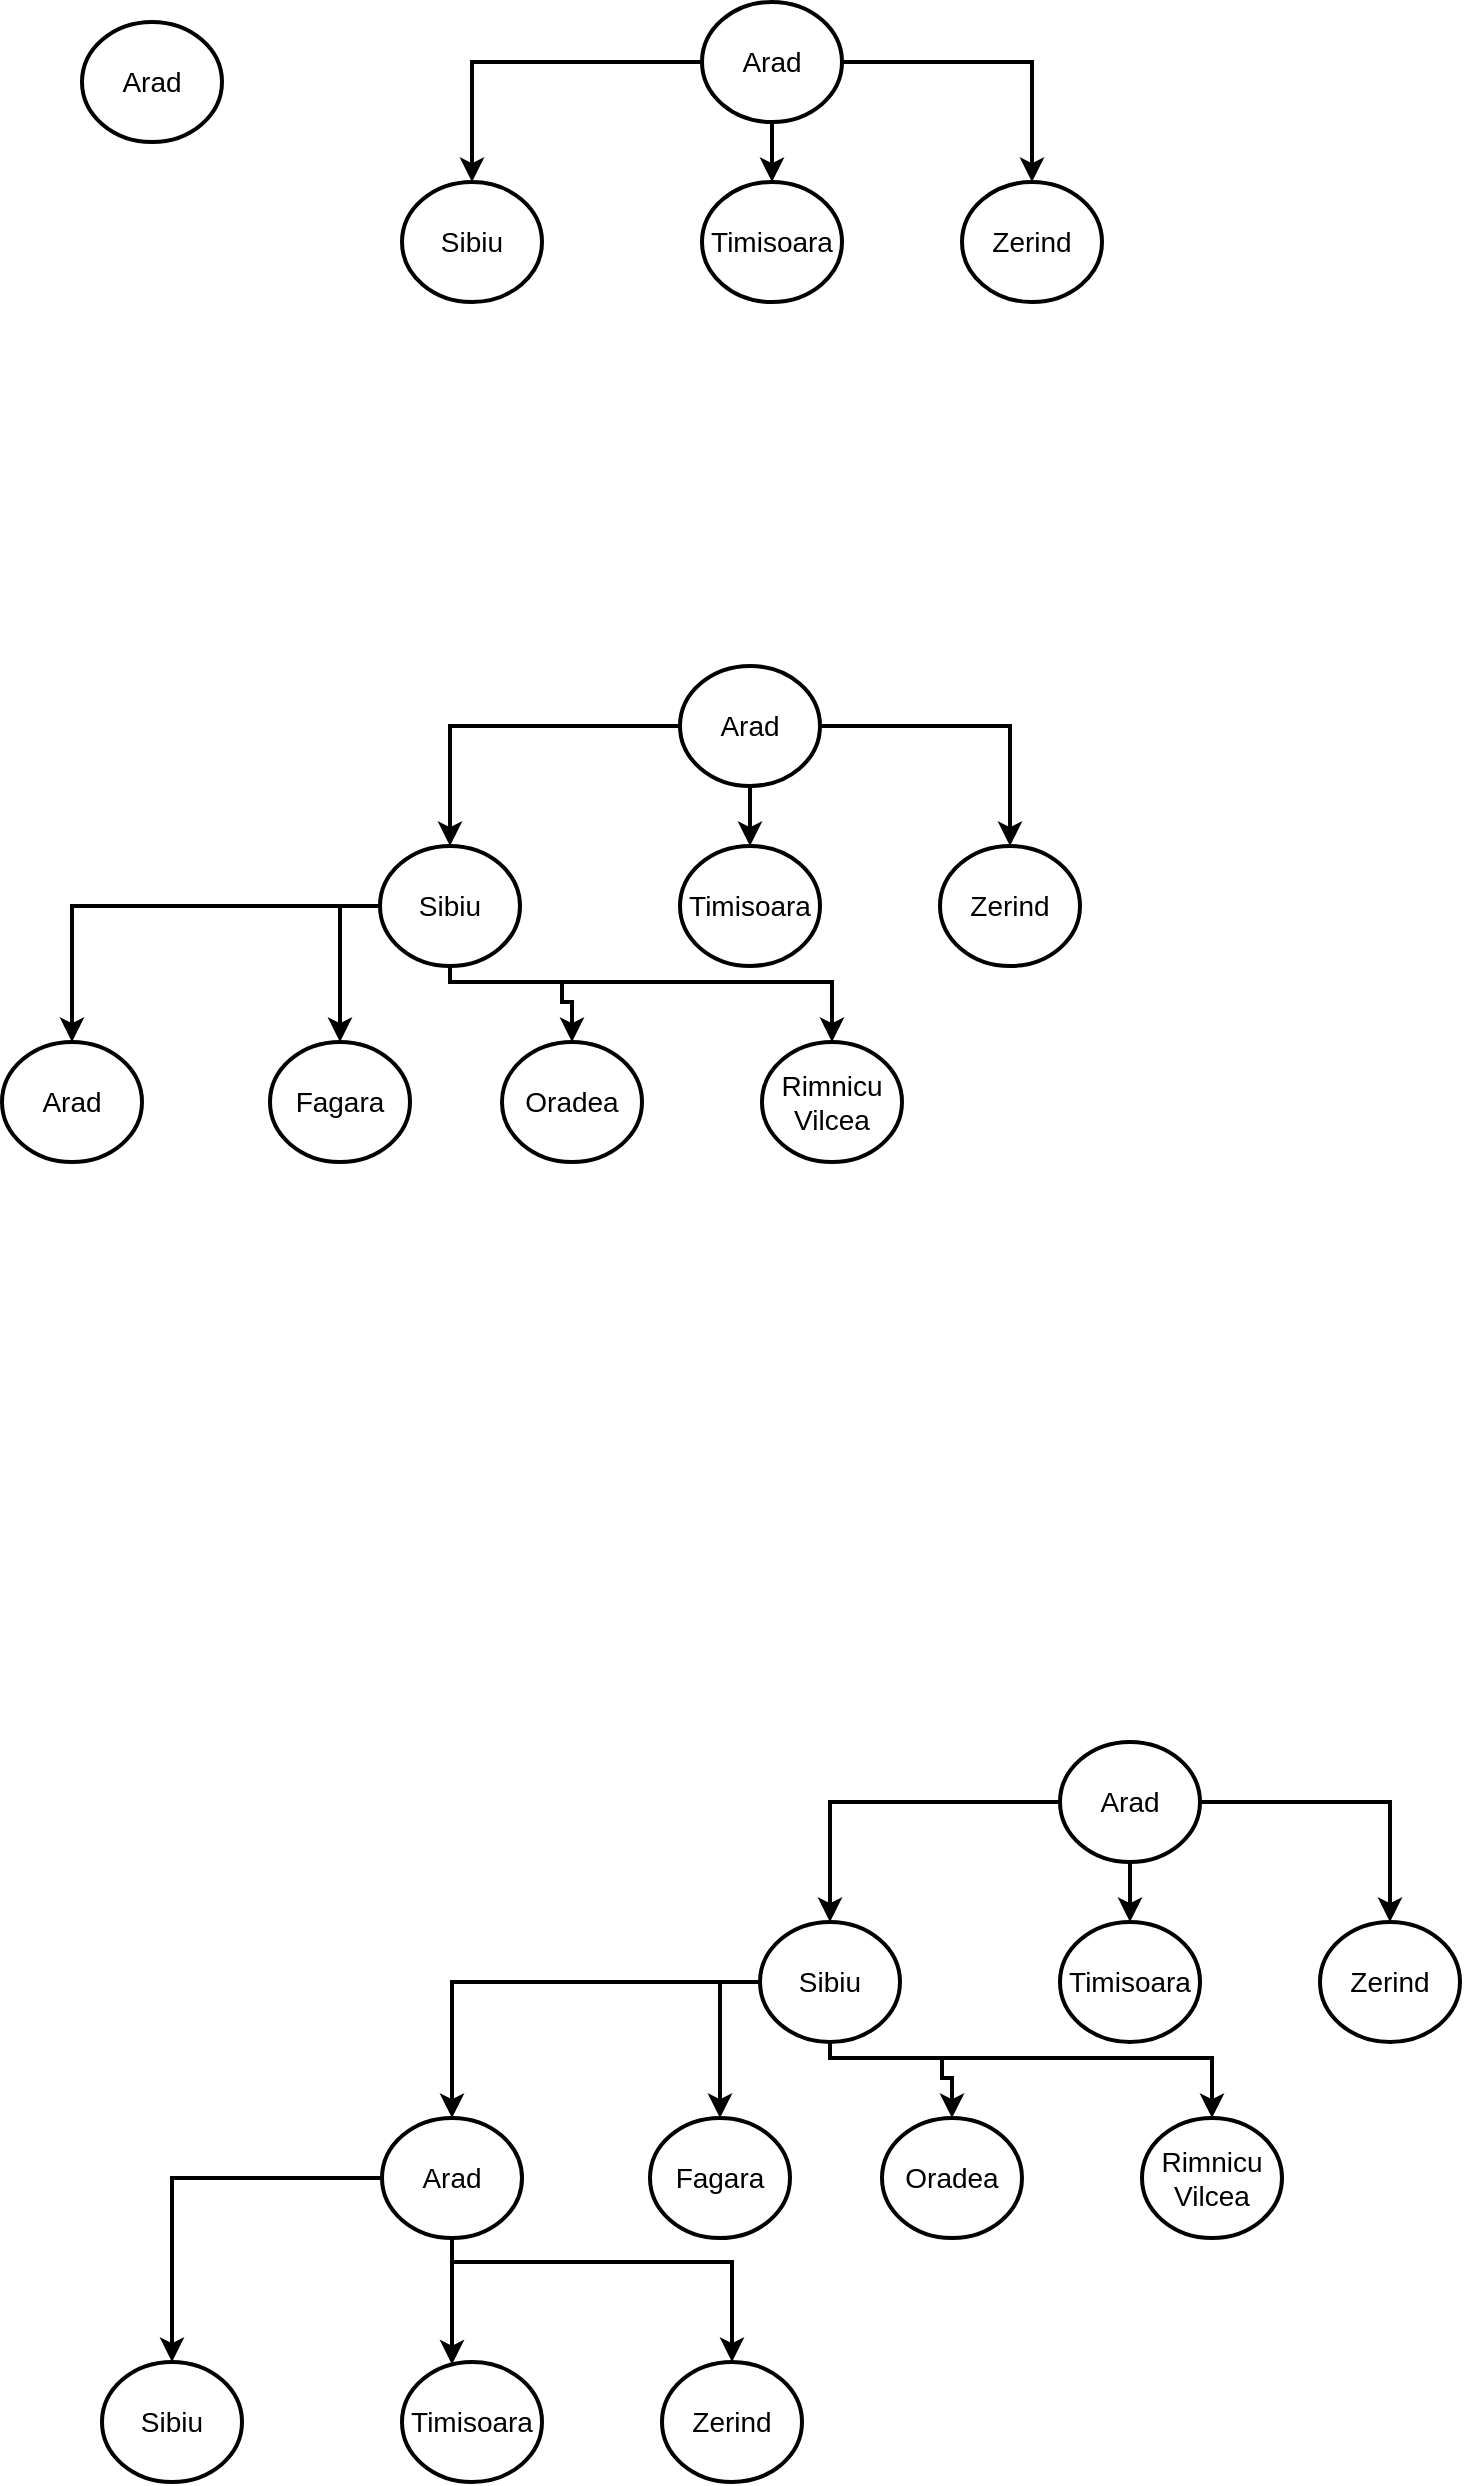
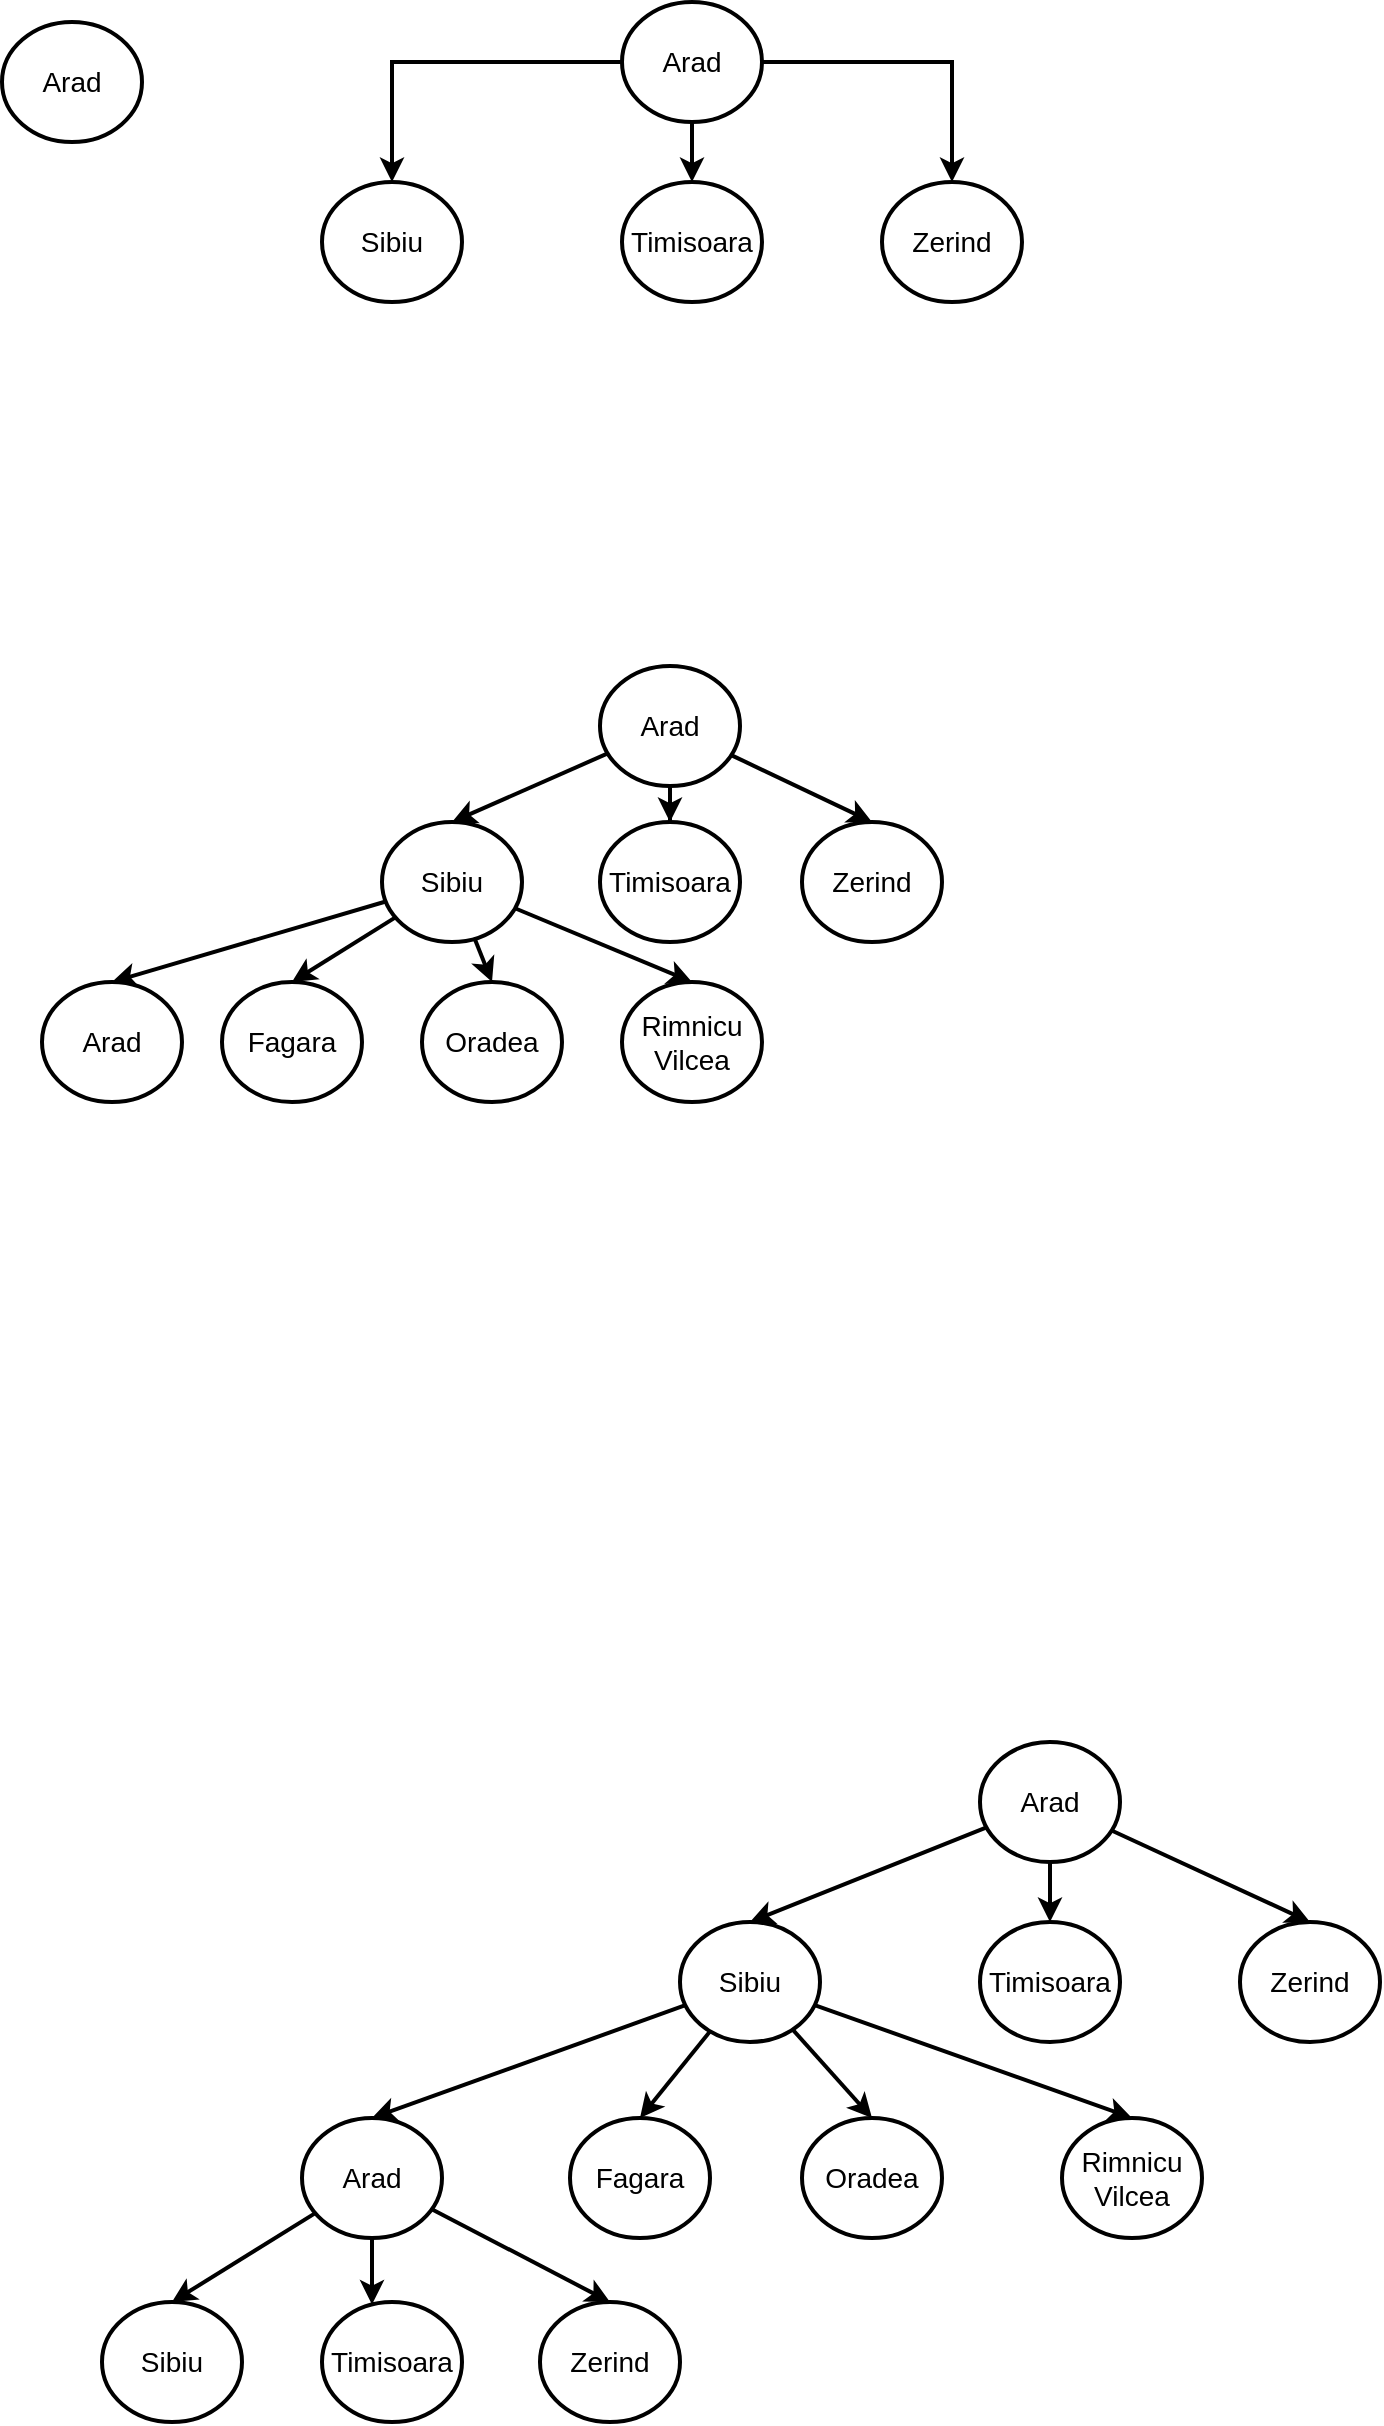
<mxfile host="app.diagrams.net">
  <diagram name="Page-1" id="BSzVWueWxRZ0f2yqvMc-">
    <mxGraphModel dx="656" dy="351" grid="1" gridSize="10" guides="1" tooltips="1" connect="1" arrows="1" fold="1" page="1" pageScale="1" pageWidth="850" pageHeight="1100" math="0" shadow="0">
      <root>
        <mxCell id="0" />
        <mxCell id="1" parent="0" />
        <mxCell id="DJkdPokyCSNuBn839fvl-1" parent="1" style="ellipse;whiteSpace=wrap;html=1;strokeWidth=2;fontSize=14;" value="Arad" vertex="1">
          <mxGeometry height="60" width="70" x="80" y="40" as="geometry" />
        </mxCell>
        <mxCell id="DJkdPokyCSNuBn839fvl-6" edge="1" parent="1" source="DJkdPokyCSNuBn839fvl-2" style="edgeStyle=orthogonalEdgeStyle;rounded=0;orthogonalLoop=1;jettySize=auto;html=1;entryX=0.5;entryY=0;entryDx=0;entryDy=0;strokeWidth=2;" target="DJkdPokyCSNuBn839fvl-3">
          <mxGeometry relative="1" as="geometry" />
        </mxCell>
        <mxCell id="DJkdPokyCSNuBn839fvl-7" edge="1" parent="1" source="DJkdPokyCSNuBn839fvl-2" style="edgeStyle=orthogonalEdgeStyle;rounded=0;orthogonalLoop=1;jettySize=auto;html=1;strokeWidth=2;" target="DJkdPokyCSNuBn839fvl-4" value="">
          <mxGeometry relative="1" as="geometry" />
        </mxCell>
        <mxCell id="DJkdPokyCSNuBn839fvl-8" edge="1" parent="1" source="DJkdPokyCSNuBn839fvl-2" style="edgeStyle=orthogonalEdgeStyle;rounded=0;orthogonalLoop=1;jettySize=auto;html=1;entryX=0.5;entryY=0;entryDx=0;entryDy=0;strokeWidth=2;" target="DJkdPokyCSNuBn839fvl-5">
          <mxGeometry relative="1" as="geometry" />
        </mxCell>
        <mxCell id="DJkdPokyCSNuBn839fvl-2" parent="1" style="ellipse;whiteSpace=wrap;html=1;strokeWidth=2;fontSize=14;" value="Arad" vertex="1">
          <mxGeometry height="60" width="70" x="390" y="30" as="geometry" />
        </mxCell>
        <mxCell id="DJkdPokyCSNuBn839fvl-3" parent="1" style="ellipse;whiteSpace=wrap;html=1;strokeWidth=2;fontSize=14;" value="Sibiu" vertex="1">
          <mxGeometry height="60" width="70" x="240" y="120" as="geometry" />
        </mxCell>
        <mxCell id="DJkdPokyCSNuBn839fvl-4" parent="1" style="ellipse;whiteSpace=wrap;html=1;strokeWidth=2;fontSize=14;" value="Timisoara" vertex="1">
          <mxGeometry height="60" width="70" x="390" y="120" as="geometry" />
        </mxCell>
        <mxCell id="DJkdPokyCSNuBn839fvl-5" parent="1" style="ellipse;whiteSpace=wrap;html=1;strokeWidth=2;fontSize=14;" value="Zerind" vertex="1">
          <mxGeometry height="60" width="70" x="520" y="120" as="geometry" />
        </mxCell>
-         <mxCell id="DJkdPokyCSNuBn839fvl-9" edge="1" parent="1" source="DJkdPokyCSNuBn839fvl-12" style="edgeStyle=orthogonalEdgeStyle;rounded=0;orthogonalLoop=1;jettySize=auto;html=1;entryX=0.5;entryY=0;entryDx=0;entryDy=0;strokeWidth=2;" target="DJkdPokyCSNuBn839fvl-13">
+         <mxCell id="DJkdPokyCSNuBn839fvl-9" edge="1" parent="1" source="DJkdPokyCSNuBn839fvl-12" style="rounded=0;orthogonalLoop=1;jettySize=auto;html=1;entryX=0.5;entryY=0;entryDx=0;entryDy=0;strokeWidth=2;" target="DJkdPokyCSNuBn839fvl-13">
          <mxGeometry relative="1" as="geometry" />
        </mxCell>
        <mxCell id="DJkdPokyCSNuBn839fvl-10" edge="1" parent="1" source="DJkdPokyCSNuBn839fvl-12" style="edgeStyle=orthogonalEdgeStyle;rounded=0;orthogonalLoop=1;jettySize=auto;html=1;strokeWidth=2;" target="DJkdPokyCSNuBn839fvl-14" value="">
          <mxGeometry relative="1" as="geometry" />
        </mxCell>
-         <mxCell id="DJkdPokyCSNuBn839fvl-11" edge="1" parent="1" source="DJkdPokyCSNuBn839fvl-12" style="edgeStyle=orthogonalEdgeStyle;rounded=0;orthogonalLoop=1;jettySize=auto;html=1;entryX=0.5;entryY=0;entryDx=0;entryDy=0;strokeWidth=2;" target="DJkdPokyCSNuBn839fvl-15">
+         <mxCell id="DJkdPokyCSNuBn839fvl-11" edge="1" parent="1" source="DJkdPokyCSNuBn839fvl-12" style="rounded=0;orthogonalLoop=1;jettySize=auto;html=1;entryX=0.5;entryY=0;entryDx=0;entryDy=0;strokeWidth=2;" target="DJkdPokyCSNuBn839fvl-15">
          <mxGeometry relative="1" as="geometry" />
        </mxCell>
        <mxCell id="DJkdPokyCSNuBn839fvl-12" parent="1" style="ellipse;whiteSpace=wrap;html=1;strokeWidth=2;fontSize=14;" value="Arad" vertex="1">
          <mxGeometry height="60" width="70" x="379" y="362" as="geometry" />
        </mxCell>
-         <mxCell id="DJkdPokyCSNuBn839fvl-20" edge="1" parent="1" source="DJkdPokyCSNuBn839fvl-13" style="edgeStyle=orthogonalEdgeStyle;rounded=0;orthogonalLoop=1;jettySize=auto;html=1;entryX=0.5;entryY=0;entryDx=0;entryDy=0;strokeWidth=2;" target="DJkdPokyCSNuBn839fvl-16">
+         <mxCell id="DJkdPokyCSNuBn839fvl-20" edge="1" parent="1" source="DJkdPokyCSNuBn839fvl-13" style="rounded=0;orthogonalLoop=1;jettySize=auto;html=1;entryX=0.5;entryY=0;entryDx=0;entryDy=0;strokeWidth=2;" target="DJkdPokyCSNuBn839fvl-16">
          <mxGeometry relative="1" as="geometry" />
        </mxCell>
-         <mxCell id="DJkdPokyCSNuBn839fvl-22" edge="1" parent="1" source="DJkdPokyCSNuBn839fvl-13" style="edgeStyle=orthogonalEdgeStyle;rounded=0;orthogonalLoop=1;jettySize=auto;html=1;entryX=0.5;entryY=0;entryDx=0;entryDy=0;strokeWidth=2;" target="DJkdPokyCSNuBn839fvl-17">
-           <mxGeometry relative="1" as="geometry">
-             <Array as="points">
-               <mxPoint x="209" y="482" />
-             </Array>
-           </mxGeometry>
+         <mxCell id="DJkdPokyCSNuBn839fvl-22" edge="1" parent="1" source="DJkdPokyCSNuBn839fvl-13" style="rounded=0;orthogonalLoop=1;jettySize=auto;html=1;entryX=0.5;entryY=0;entryDx=0;entryDy=0;strokeWidth=2;" target="DJkdPokyCSNuBn839fvl-17">
+           <mxGeometry relative="1" as="geometry" />
        </mxCell>
-         <mxCell id="DJkdPokyCSNuBn839fvl-25" edge="1" parent="1" source="DJkdPokyCSNuBn839fvl-13" style="edgeStyle=orthogonalEdgeStyle;rounded=0;orthogonalLoop=1;jettySize=auto;html=1;entryX=0.5;entryY=0;entryDx=0;entryDy=0;strokeWidth=2;" target="DJkdPokyCSNuBn839fvl-19">
-           <mxGeometry relative="1" as="geometry">
-             <Array as="points">
-               <mxPoint x="264" y="520" />
-               <mxPoint x="455" y="520" />
-             </Array>
-           </mxGeometry>
+         <mxCell id="DJkdPokyCSNuBn839fvl-25" edge="1" parent="1" source="DJkdPokyCSNuBn839fvl-13" style="rounded=0;orthogonalLoop=1;jettySize=auto;html=1;entryX=0.5;entryY=0;entryDx=0;entryDy=0;strokeWidth=2;" target="DJkdPokyCSNuBn839fvl-19">
+           <mxGeometry relative="1" as="geometry" />
        </mxCell>
-         <mxCell id="DJkdPokyCSNuBn839fvl-26" edge="1" parent="1" source="DJkdPokyCSNuBn839fvl-13" style="edgeStyle=orthogonalEdgeStyle;rounded=0;orthogonalLoop=1;jettySize=auto;html=1;entryX=0.5;entryY=0;entryDx=0;entryDy=0;strokeWidth=2;" target="DJkdPokyCSNuBn839fvl-18">
-           <mxGeometry relative="1" as="geometry">
-             <Array as="points">
-               <mxPoint x="264" y="520" />
-               <mxPoint x="320" y="520" />
-               <mxPoint x="320" y="530" />
-               <mxPoint x="325" y="530" />
-             </Array>
-           </mxGeometry>
+         <mxCell id="DJkdPokyCSNuBn839fvl-26" edge="1" parent="1" source="DJkdPokyCSNuBn839fvl-13" style="rounded=0;orthogonalLoop=1;jettySize=auto;html=1;entryX=0.5;entryY=0;entryDx=0;entryDy=0;strokeWidth=2;" target="DJkdPokyCSNuBn839fvl-18">
+           <mxGeometry relative="1" as="geometry" />
        </mxCell>
        <mxCell id="DJkdPokyCSNuBn839fvl-13" parent="1" style="ellipse;whiteSpace=wrap;html=1;strokeWidth=2;fontSize=14;" value="Sibiu" vertex="1">
-           <mxGeometry height="60" width="70" x="229" y="452" as="geometry" />
+           <mxGeometry height="60" width="70" x="270" y="440" as="geometry" />
        </mxCell>
        <mxCell id="DJkdPokyCSNuBn839fvl-14" parent="1" style="ellipse;whiteSpace=wrap;html=1;strokeWidth=2;fontSize=14;" value="Timisoara" vertex="1">
-           <mxGeometry height="60" width="70" x="379" y="452" as="geometry" />
+           <mxGeometry height="60" width="70" x="379" y="440" as="geometry" />
        </mxCell>
        <mxCell id="DJkdPokyCSNuBn839fvl-15" parent="1" style="ellipse;whiteSpace=wrap;html=1;strokeWidth=2;fontSize=14;" value="Zerind" vertex="1">
-           <mxGeometry height="60" width="70" x="509" y="452" as="geometry" />
+           <mxGeometry height="60" width="70" x="480" y="440" as="geometry" />
        </mxCell>
        <mxCell id="DJkdPokyCSNuBn839fvl-16" parent="1" style="ellipse;whiteSpace=wrap;html=1;strokeWidth=2;fontSize=14;" value="Arad" vertex="1">
-           <mxGeometry height="60" width="70" x="40" y="550" as="geometry" />
+           <mxGeometry height="60" width="70" x="100" y="520" as="geometry" />
        </mxCell>
        <mxCell id="DJkdPokyCSNuBn839fvl-17" parent="1" style="ellipse;whiteSpace=wrap;html=1;strokeWidth=2;fontSize=14;" value="Fagara" vertex="1">
-           <mxGeometry height="60" width="70" x="174" y="550" as="geometry" />
+           <mxGeometry height="60" width="70" x="190" y="520" as="geometry" />
        </mxCell>
        <mxCell id="DJkdPokyCSNuBn839fvl-18" parent="1" style="ellipse;whiteSpace=wrap;html=1;strokeWidth=2;fontSize=14;" value="Oradea" vertex="1">
-           <mxGeometry height="60" width="70" x="290" y="550" as="geometry" />
+           <mxGeometry height="60" width="70" x="290" y="520" as="geometry" />
        </mxCell>
        <mxCell id="DJkdPokyCSNuBn839fvl-19" parent="1" style="ellipse;whiteSpace=wrap;html=1;strokeWidth=2;fontSize=14;" value="Rimnicu Vilcea" vertex="1">
-           <mxGeometry height="60" width="70" x="420" y="550" as="geometry" />
+           <mxGeometry height="60" width="70" x="390" y="520" as="geometry" />
        </mxCell>
-         <mxCell id="DJkdPokyCSNuBn839fvl-27" edge="1" parent="1" source="DJkdPokyCSNuBn839fvl-30" style="edgeStyle=orthogonalEdgeStyle;rounded=0;orthogonalLoop=1;jettySize=auto;html=1;entryX=0.5;entryY=0;entryDx=0;entryDy=0;strokeWidth=2;" target="DJkdPokyCSNuBn839fvl-35">
+         <mxCell id="DJkdPokyCSNuBn839fvl-27" edge="1" parent="1" source="DJkdPokyCSNuBn839fvl-30" style="rounded=0;orthogonalLoop=1;jettySize=auto;html=1;entryX=0.5;entryY=0;entryDx=0;entryDy=0;strokeWidth=2;" target="DJkdPokyCSNuBn839fvl-35">
          <mxGeometry relative="1" as="geometry" />
        </mxCell>
        <mxCell id="DJkdPokyCSNuBn839fvl-28" edge="1" parent="1" source="DJkdPokyCSNuBn839fvl-30" style="edgeStyle=orthogonalEdgeStyle;rounded=0;orthogonalLoop=1;jettySize=auto;html=1;strokeWidth=2;" target="DJkdPokyCSNuBn839fvl-36" value="">
          <mxGeometry relative="1" as="geometry" />
        </mxCell>
-         <mxCell id="DJkdPokyCSNuBn839fvl-29" edge="1" parent="1" source="DJkdPokyCSNuBn839fvl-30" style="edgeStyle=orthogonalEdgeStyle;rounded=0;orthogonalLoop=1;jettySize=auto;html=1;entryX=0.5;entryY=0;entryDx=0;entryDy=0;strokeWidth=2;" target="DJkdPokyCSNuBn839fvl-37">
+         <mxCell id="DJkdPokyCSNuBn839fvl-29" edge="1" parent="1" source="DJkdPokyCSNuBn839fvl-30" style="rounded=0;orthogonalLoop=1;jettySize=auto;html=1;entryX=0.5;entryY=0;entryDx=0;entryDy=0;strokeWidth=2;" target="DJkdPokyCSNuBn839fvl-37">
          <mxGeometry relative="1" as="geometry" />
        </mxCell>
        <mxCell id="DJkdPokyCSNuBn839fvl-30" parent="1" style="ellipse;whiteSpace=wrap;html=1;strokeWidth=2;fontSize=14;" value="Arad" vertex="1">
          <mxGeometry height="60" width="70" x="569" y="900" as="geometry" />
        </mxCell>
-         <mxCell id="DJkdPokyCSNuBn839fvl-31" edge="1" parent="1" source="DJkdPokyCSNuBn839fvl-35" style="edgeStyle=orthogonalEdgeStyle;rounded=0;orthogonalLoop=1;jettySize=auto;html=1;entryX=0.5;entryY=0;entryDx=0;entryDy=0;strokeWidth=2;" target="DJkdPokyCSNuBn839fvl-38">
+         <mxCell id="DJkdPokyCSNuBn839fvl-31" edge="1" parent="1" source="DJkdPokyCSNuBn839fvl-35" style="rounded=0;orthogonalLoop=1;jettySize=auto;html=1;entryX=0.5;entryY=0;entryDx=0;entryDy=0;strokeWidth=2;" target="DJkdPokyCSNuBn839fvl-38">
          <mxGeometry relative="1" as="geometry" />
        </mxCell>
-         <mxCell id="DJkdPokyCSNuBn839fvl-32" edge="1" parent="1" source="DJkdPokyCSNuBn839fvl-35" style="edgeStyle=orthogonalEdgeStyle;rounded=0;orthogonalLoop=1;jettySize=auto;html=1;entryX=0.5;entryY=0;entryDx=0;entryDy=0;strokeWidth=2;" target="DJkdPokyCSNuBn839fvl-39">
-           <mxGeometry relative="1" as="geometry">
-             <Array as="points">
-               <mxPoint x="399" y="1020" />
-             </Array>
-           </mxGeometry>
+         <mxCell id="DJkdPokyCSNuBn839fvl-32" edge="1" parent="1" source="DJkdPokyCSNuBn839fvl-35" style="rounded=0;orthogonalLoop=1;jettySize=auto;html=1;entryX=0.5;entryY=0;entryDx=0;entryDy=0;strokeWidth=2;" target="DJkdPokyCSNuBn839fvl-39">
+           <mxGeometry relative="1" as="geometry" />
        </mxCell>
-         <mxCell id="DJkdPokyCSNuBn839fvl-33" edge="1" parent="1" source="DJkdPokyCSNuBn839fvl-35" style="edgeStyle=orthogonalEdgeStyle;rounded=0;orthogonalLoop=1;jettySize=auto;html=1;entryX=0.5;entryY=0;entryDx=0;entryDy=0;strokeWidth=2;" target="DJkdPokyCSNuBn839fvl-41">
-           <mxGeometry relative="1" as="geometry">
-             <Array as="points">
-               <mxPoint x="454" y="1058" />
-               <mxPoint x="645" y="1058" />
-             </Array>
-           </mxGeometry>
+         <mxCell id="DJkdPokyCSNuBn839fvl-33" edge="1" parent="1" source="DJkdPokyCSNuBn839fvl-35" style="rounded=0;orthogonalLoop=1;jettySize=auto;html=1;entryX=0.5;entryY=0;entryDx=0;entryDy=0;strokeWidth=2;" target="DJkdPokyCSNuBn839fvl-41">
+           <mxGeometry relative="1" as="geometry" />
        </mxCell>
-         <mxCell id="DJkdPokyCSNuBn839fvl-34" edge="1" parent="1" source="DJkdPokyCSNuBn839fvl-35" style="edgeStyle=orthogonalEdgeStyle;rounded=0;orthogonalLoop=1;jettySize=auto;html=1;entryX=0.5;entryY=0;entryDx=0;entryDy=0;strokeWidth=2;" target="DJkdPokyCSNuBn839fvl-40">
-           <mxGeometry relative="1" as="geometry">
-             <Array as="points">
-               <mxPoint x="454" y="1058" />
-               <mxPoint x="510" y="1058" />
-               <mxPoint x="510" y="1068" />
-               <mxPoint x="515" y="1068" />
-             </Array>
-           </mxGeometry>
+         <mxCell id="DJkdPokyCSNuBn839fvl-34" edge="1" parent="1" source="DJkdPokyCSNuBn839fvl-35" style="rounded=0;orthogonalLoop=1;jettySize=auto;html=1;entryX=0.5;entryY=0;entryDx=0;entryDy=0;strokeWidth=2;" target="DJkdPokyCSNuBn839fvl-40">
+           <mxGeometry relative="1" as="geometry" />
        </mxCell>
        <mxCell id="DJkdPokyCSNuBn839fvl-35" parent="1" style="ellipse;whiteSpace=wrap;html=1;strokeWidth=2;fontSize=14;" value="Sibiu" vertex="1">
          <mxGeometry height="60" width="70" x="419" y="990" as="geometry" />
        </mxCell>
        <mxCell id="DJkdPokyCSNuBn839fvl-36" parent="1" style="ellipse;whiteSpace=wrap;html=1;strokeWidth=2;fontSize=14;" value="Timisoara" vertex="1">
          <mxGeometry height="60" width="70" x="569" y="990" as="geometry" />
        </mxCell>
        <mxCell id="DJkdPokyCSNuBn839fvl-37" parent="1" style="ellipse;whiteSpace=wrap;html=1;strokeWidth=2;fontSize=14;" value="Zerind" vertex="1">
          <mxGeometry height="60" width="70" x="699" y="990" as="geometry" />
        </mxCell>
-         <mxCell id="DJkdPokyCSNuBn839fvl-45" edge="1" parent="1" source="DJkdPokyCSNuBn839fvl-38" style="edgeStyle=orthogonalEdgeStyle;rounded=0;orthogonalLoop=1;jettySize=auto;html=1;entryX=0.5;entryY=0;entryDx=0;entryDy=0;strokeWidth=2;" target="DJkdPokyCSNuBn839fvl-42">
+         <mxCell id="DJkdPokyCSNuBn839fvl-45" edge="1" parent="1" source="DJkdPokyCSNuBn839fvl-38" style="rounded=0;orthogonalLoop=1;jettySize=auto;html=1;entryX=0.5;entryY=0;entryDx=0;entryDy=0;strokeWidth=2;" target="DJkdPokyCSNuBn839fvl-42">
          <mxGeometry relative="1" as="geometry" />
        </mxCell>
        <mxCell id="DJkdPokyCSNuBn839fvl-46" edge="1" parent="1" source="DJkdPokyCSNuBn839fvl-38" style="edgeStyle=orthogonalEdgeStyle;rounded=0;orthogonalLoop=1;jettySize=auto;html=1;strokeWidth=2;" target="DJkdPokyCSNuBn839fvl-43" value="">
          <mxGeometry relative="1" as="geometry">
            <Array as="points">
              <mxPoint x="265" y="1190" />
              <mxPoint x="265" y="1190" />
            </Array>
          </mxGeometry>
        </mxCell>
-         <mxCell id="DJkdPokyCSNuBn839fvl-47" edge="1" parent="1" source="DJkdPokyCSNuBn839fvl-38" style="edgeStyle=orthogonalEdgeStyle;rounded=0;orthogonalLoop=1;jettySize=auto;html=1;entryX=0.5;entryY=0;entryDx=0;entryDy=0;strokeWidth=2;" target="DJkdPokyCSNuBn839fvl-44">
-           <mxGeometry relative="1" as="geometry">
-             <Array as="points">
-               <mxPoint x="265" y="1160" />
-               <mxPoint x="405" y="1160" />
-             </Array>
-           </mxGeometry>
+         <mxCell id="DJkdPokyCSNuBn839fvl-47" edge="1" parent="1" source="DJkdPokyCSNuBn839fvl-38" style="rounded=0;orthogonalLoop=1;jettySize=auto;html=1;entryX=0.5;entryY=0;entryDx=0;entryDy=0;strokeWidth=2;" target="DJkdPokyCSNuBn839fvl-44">
+           <mxGeometry relative="1" as="geometry" />
        </mxCell>
        <mxCell id="DJkdPokyCSNuBn839fvl-38" parent="1" style="ellipse;whiteSpace=wrap;html=1;strokeWidth=2;fontSize=14;" value="Arad" vertex="1">
          <mxGeometry height="60" width="70" x="230" y="1088" as="geometry" />
        </mxCell>
        <mxCell id="DJkdPokyCSNuBn839fvl-39" parent="1" style="ellipse;whiteSpace=wrap;html=1;strokeWidth=2;fontSize=14;" value="Fagara" vertex="1">
          <mxGeometry height="60" width="70" x="364" y="1088" as="geometry" />
        </mxCell>
        <mxCell id="DJkdPokyCSNuBn839fvl-40" parent="1" style="ellipse;whiteSpace=wrap;html=1;strokeWidth=2;fontSize=14;" value="Oradea" vertex="1">
          <mxGeometry height="60" width="70" x="480" y="1088" as="geometry" />
        </mxCell>
        <mxCell id="DJkdPokyCSNuBn839fvl-41" parent="1" style="ellipse;whiteSpace=wrap;html=1;strokeWidth=2;fontSize=14;" value="Rimnicu Vilcea" vertex="1">
          <mxGeometry height="60" width="70" x="610" y="1088" as="geometry" />
        </mxCell>
        <mxCell id="DJkdPokyCSNuBn839fvl-42" parent="1" style="ellipse;whiteSpace=wrap;html=1;strokeWidth=2;fontSize=14;" value="Sibiu" vertex="1">
-           <mxGeometry height="60" width="70" x="90" y="1210" as="geometry" />
+           <mxGeometry height="60" width="70" x="130" y="1180" as="geometry" />
        </mxCell>
        <mxCell id="DJkdPokyCSNuBn839fvl-43" parent="1" style="ellipse;whiteSpace=wrap;html=1;strokeWidth=2;fontSize=14;" value="Timisoara" vertex="1">
-           <mxGeometry height="60" width="70" x="240" y="1210" as="geometry" />
+           <mxGeometry height="60" width="70" x="240" y="1180" as="geometry" />
        </mxCell>
        <mxCell id="DJkdPokyCSNuBn839fvl-44" parent="1" style="ellipse;whiteSpace=wrap;html=1;strokeWidth=2;fontSize=14;" value="Zerind" vertex="1">
-           <mxGeometry height="60" width="70" x="370" y="1210" as="geometry" />
+           <mxGeometry height="60" width="70" x="349" y="1180" as="geometry" />
        </mxCell>
      </root>
    </mxGraphModel>
  </diagram>
</mxfile>
